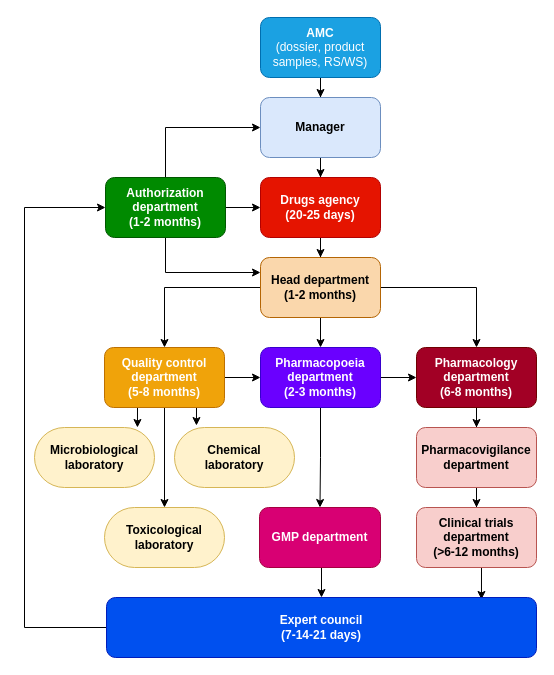
Above: Untitled Diagram.drawio in Rustapo/cabinet_front (draw.io), before the change. Source tidied: cells renumbered, new cells numbered last; positions are measured from the earlier drawing's top-left corner, leaving out a move shared by most shapes. Both pictures are drawn from the tidied source at 100%, with x=0, y=0 at pixel (24, 17).
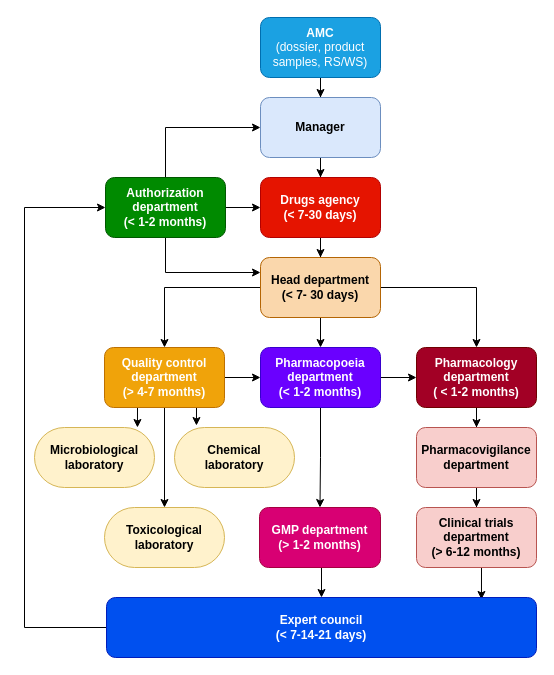
After the change.

What changed in the source:
```diff
@@
-    <mxCell id="7" value="&lt;b&gt;Drugs agency&lt;br&gt;(20-25 days)&lt;br&gt;&lt;/b&gt;" style="rounded=1;whiteSpace=wrap;html=1;fillColor=#e51400;strokeColor=#B20000;fontColor=#ffffff;" parent="1" vertex="1">
+    <mxCell id="7" value="&lt;b&gt;Drugs agency&lt;br&gt;(&amp;lt; 7-30 days)&lt;br&gt;&lt;/b&gt;" style="rounded=1;whiteSpace=wrap;html=1;fillColor=#e51400;strokeColor=#B20000;fontColor=#ffffff;" parent="1" vertex="1">
       <mxGeometry x="236" y="160" width="120" height="60" as="geometry" />
     </mxCell>
@@
-    <mxCell id="11" value="&lt;b&gt;Authorization department&lt;br&gt;(1-2 months)&lt;br&gt;&lt;/b&gt;" style="rounded=1;whiteSpace=wrap;html=1;fillColor=#008a00;strokeColor=#005700;fontColor=#ffffff;" parent="1" vertex="1">
+    <mxCell id="11" value="&lt;b&gt;Authorization department&lt;br&gt;(&amp;lt; 1-2 months)&lt;br&gt;&lt;/b&gt;" style="rounded=1;whiteSpace=wrap;html=1;fillColor=#008a00;strokeColor=#005700;fontColor=#ffffff;" parent="1" vertex="1">
       <mxGeometry x="81" y="160" width="120" height="60" as="geometry" />
     </mxCell>
@@
-    <mxCell id="15" value="&lt;b&gt;Head department&lt;br&gt;(1-2 months)&lt;br&gt;&lt;/b&gt;" style="rounded=1;whiteSpace=wrap;html=1;fillColor=#fad7ac;strokeColor=#b46504;" parent="1" vertex="1">
+    <mxCell id="15" value="&lt;b&gt;Head department&lt;br&gt;(&amp;lt; 7- 30 days)&lt;br&gt;&lt;/b&gt;" style="rounded=1;whiteSpace=wrap;html=1;fillColor=#fad7ac;strokeColor=#b46504;" parent="1" vertex="1">
       <mxGeometry x="236" y="240" width="120" height="60" as="geometry" />
     </mxCell>
@@
-    <mxCell id="17" value="&lt;b&gt;Pharmacology department&lt;br&gt;(6-8 months)&lt;br&gt;&lt;/b&gt;" style="rounded=1;whiteSpace=wrap;html=1;fillColor=#a20025;strokeColor=#6F0000;fontColor=#ffffff;" parent="1" vertex="1">
+    <mxCell id="17" value="&lt;b&gt;Pharmacology department&lt;br&gt;( &amp;lt; 1-2 months)&lt;br&gt;&lt;/b&gt;" style="rounded=1;whiteSpace=wrap;html=1;fillColor=#a20025;strokeColor=#6F0000;fontColor=#ffffff;" parent="1" vertex="1">
       <mxGeometry x="392" y="330" width="120" height="60" as="geometry" />
     </mxCell>
@@
-    <mxCell id="21" value="&lt;b&gt;Clinical trials department&lt;br&gt;&lt;/b&gt;&lt;b&gt;(&amp;gt;6-12 months)&lt;/b&gt;&lt;b&gt;&lt;br&gt;&lt;/b&gt;" style="rounded=1;whiteSpace=wrap;html=1;fillColor=#f8cecc;strokeColor=#b85450;" parent="1" vertex="1">
+    <mxCell id="21" value="&lt;b&gt;Clinical trials department&lt;br&gt;&lt;/b&gt;&lt;b&gt;(&amp;gt; 6-12 months)&lt;/b&gt;&lt;b&gt;&lt;br&gt;&lt;/b&gt;" style="rounded=1;whiteSpace=wrap;html=1;fillColor=#f8cecc;strokeColor=#b85450;" parent="1" vertex="1">
       <mxGeometry x="392" y="490" width="120" height="60" as="geometry" />
     </mxCell>
@@
-    <mxCell id="24" value="&lt;b&gt;Pharmacopoeia department&lt;br&gt;&lt;/b&gt;&lt;b&gt;(2-3 months)&lt;/b&gt;&lt;b&gt;&lt;br&gt;&lt;/b&gt;" style="rounded=1;whiteSpace=wrap;html=1;fillColor=#6a00ff;strokeColor=#3700CC;fontColor=#ffffff;" parent="1" vertex="1">
+    <mxCell id="24" value="&lt;b&gt;Pharmacopoeia department&lt;br&gt;&lt;/b&gt;&lt;b&gt;(&amp;lt; 1-2 months)&lt;/b&gt;&lt;b&gt;&lt;br&gt;&lt;/b&gt;" style="rounded=1;whiteSpace=wrap;html=1;fillColor=#6a00ff;strokeColor=#3700CC;fontColor=#ffffff;" parent="1" vertex="1">
       <mxGeometry x="236" y="330" width="120" height="60" as="geometry" />
     </mxCell>
@@
-    <mxCell id="26" value="&lt;b&gt;GMP department&lt;/b&gt;" style="rounded=1;whiteSpace=wrap;html=1;fillColor=#d80073;strokeColor=#A50040;fontColor=#ffffff;" parent="1" vertex="1">
+    <mxCell id="26" value="&lt;b&gt;GMP department&lt;br&gt;(&amp;gt; 1-2 months)&lt;/b&gt;" style="rounded=1;whiteSpace=wrap;html=1;fillColor=#d80073;strokeColor=#A50040;fontColor=#ffffff;" parent="1" vertex="1">
       <mxGeometry x="235" y="490" width="121" height="60" as="geometry" />
     </mxCell>
@@
-    <mxCell id="28" value="&lt;b&gt;Expert council&lt;br&gt;(7-14-21 days)&lt;/b&gt;" style="rounded=1;whiteSpace=wrap;html=1;fillColor=#0050ef;strokeColor=#001DBC;fontColor=#ffffff;" parent="1" vertex="1">
+    <mxCell id="28" value="&lt;b&gt;Expert council&lt;br&gt;(&amp;lt; 7-14-21 days)&lt;/b&gt;" style="rounded=1;whiteSpace=wrap;html=1;fillColor=#0050ef;strokeColor=#001DBC;fontColor=#ffffff;" parent="1" vertex="1">
       <mxGeometry x="82" y="580" width="430" height="60" as="geometry" />
     </mxCell>
@@
-    <mxCell id="33" value="&lt;b&gt;Quality control department&lt;br&gt;(5&lt;/b&gt;&lt;b&gt;-8 months)&lt;/b&gt;&lt;b&gt;&lt;br&gt;&lt;/b&gt;" style="rounded=1;whiteSpace=wrap;html=1;fillColor=#f0a30a;strokeColor=#BD7000;fontColor=#ffffff;" parent="1" vertex="1">
+    <mxCell id="33" value="&lt;b&gt;Quality control department&lt;br&gt;(&amp;gt; 4&lt;/b&gt;&lt;b&gt;-7 months)&lt;/b&gt;&lt;b&gt;&lt;br&gt;&lt;/b&gt;" style="rounded=1;whiteSpace=wrap;html=1;fillColor=#f0a30a;strokeColor=#BD7000;fontColor=#ffffff;" parent="1" vertex="1">
       <mxGeometry x="80" y="330" width="120" height="60" as="geometry" />
     </mxCell>
```
